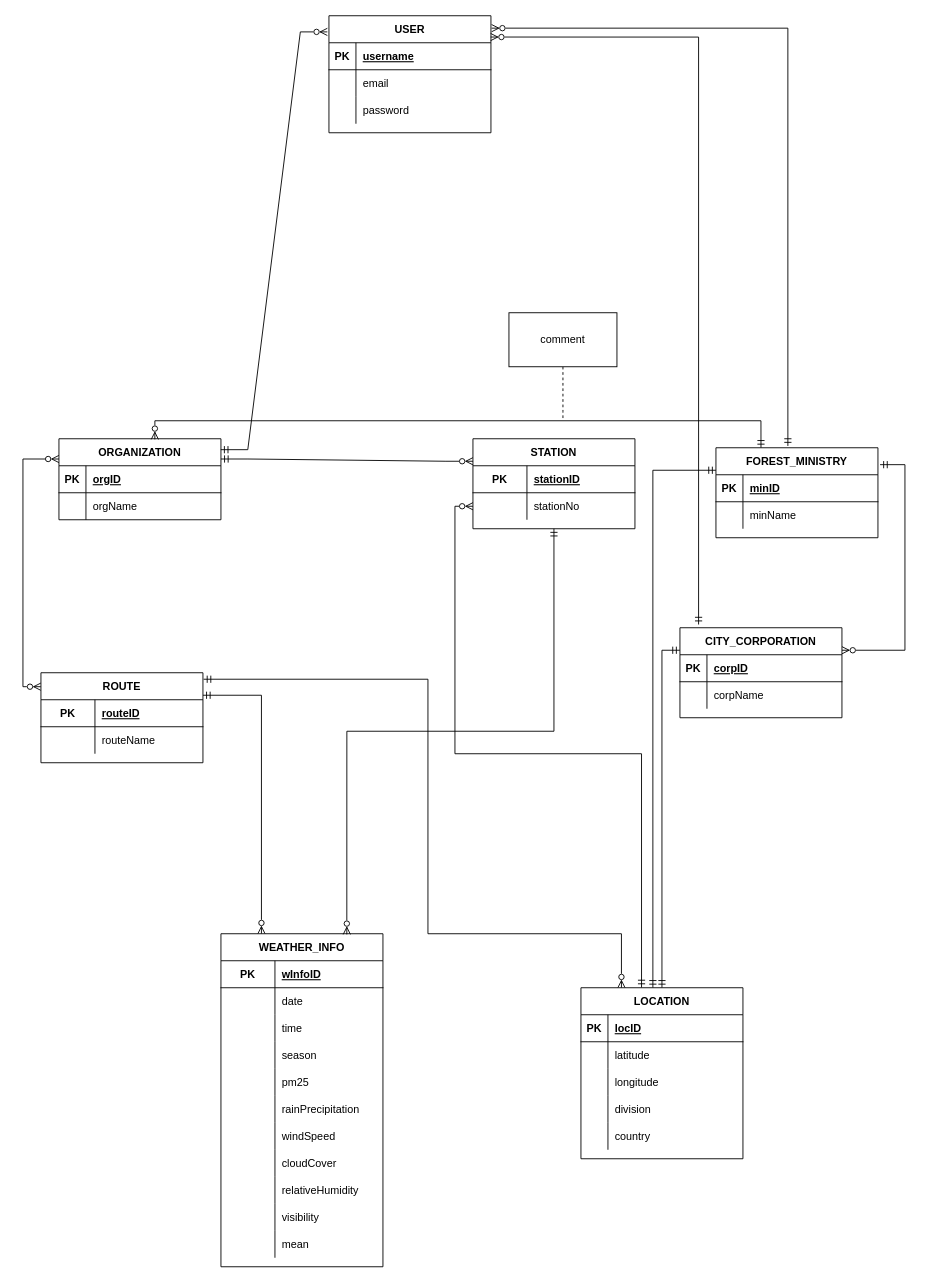
zorojuro75/CSE303-sec-03-Group-03 keeps this draw.io diagram as z-design/EERD.drawio. Above is the earlier version. Source tidied: cells renumbered, new cells numbered last; positions are measured from the earlier drawing's top-left corner, leaving out a move shared by most shapes. Both pictures are drawn from the tidied source at 90%, with x=0, y=0 at pixel (40, 15).
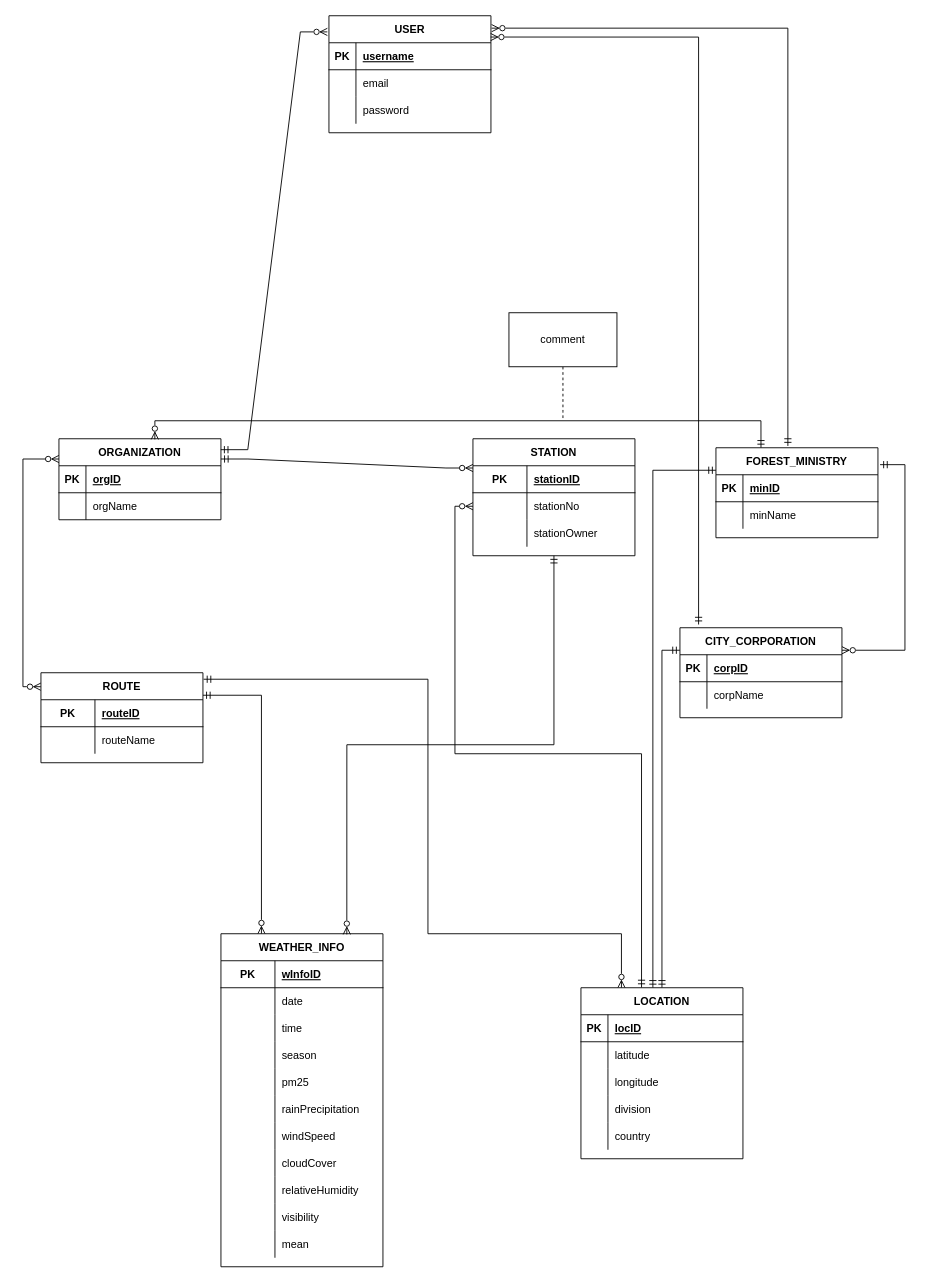
The same diagram, later.

The edit, as a diff of the source:
```diff
@@
     <mxCell id="38" value="STATION" style="shape=table;startSize=30;childLayout=tableLayout;rowLines=0;fontStyle=1;align=center;" parent="1" vertex="1">
-      <mxGeometry x="480" y="470" width="180" height="100" as="geometry" />
+      <mxGeometry x="480" y="470" width="180" height="130" as="geometry" />
     </mxCell>
@@
+    <mxCell id="112" style="shape=tableRow;horizontal=0;startSize=0;swimlaneHead=0;swimlaneBody=0;fillColor=none;top=0;left=0;right=0;bottom=0;" parent="38" vertex="1">
+      <mxGeometry y="90" width="180" height="30" as="geometry" />
+    </mxCell>
+    <mxCell id="113" style="shape=partialRectangle;fillColor=none;top=0;left=0;bottom=0;right=0;overflow=hidden;" parent="112" vertex="1">
+      <mxGeometry width="60" height="30" as="geometry" />
+    </mxCell>
+    <mxCell id="114" value="stationOwner" style="shape=partialRectangle;fillColor=none;top=0;left=0;bottom=0;right=0;align=left;spacingLeft=6;overflow=hidden;" parent="112" vertex="1">
+      <mxGeometry x="60" width="120" height="30" as="geometry" />
+    </mxCell>
```
